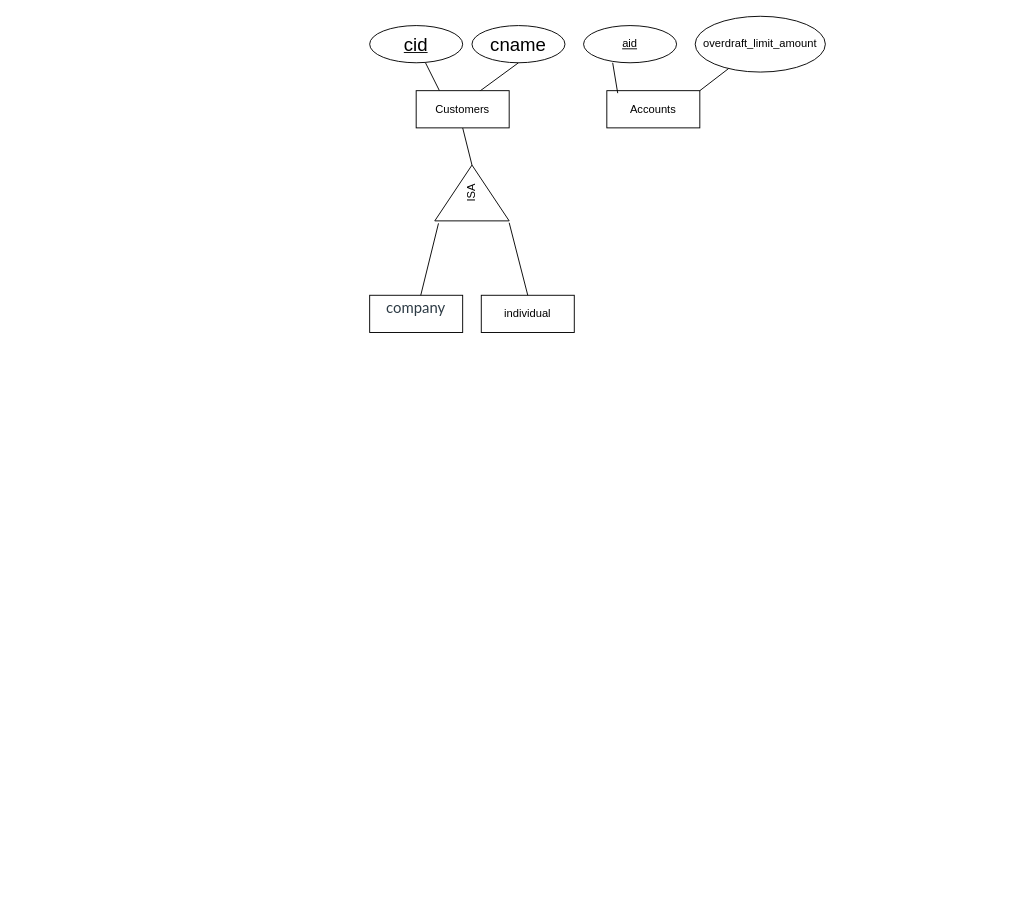
Above: 5003A1.drawio in loveormath/urban-eureka (draw.io), before the change. Source tidied: cells renumbered, new cells numbered last; positions are measured from the earlier drawing's top-left corner, leaving out a move shared by most shapes. Both pictures are drawn from the tidied source at 93%, with x=0, y=0 at pixel (369, 16).
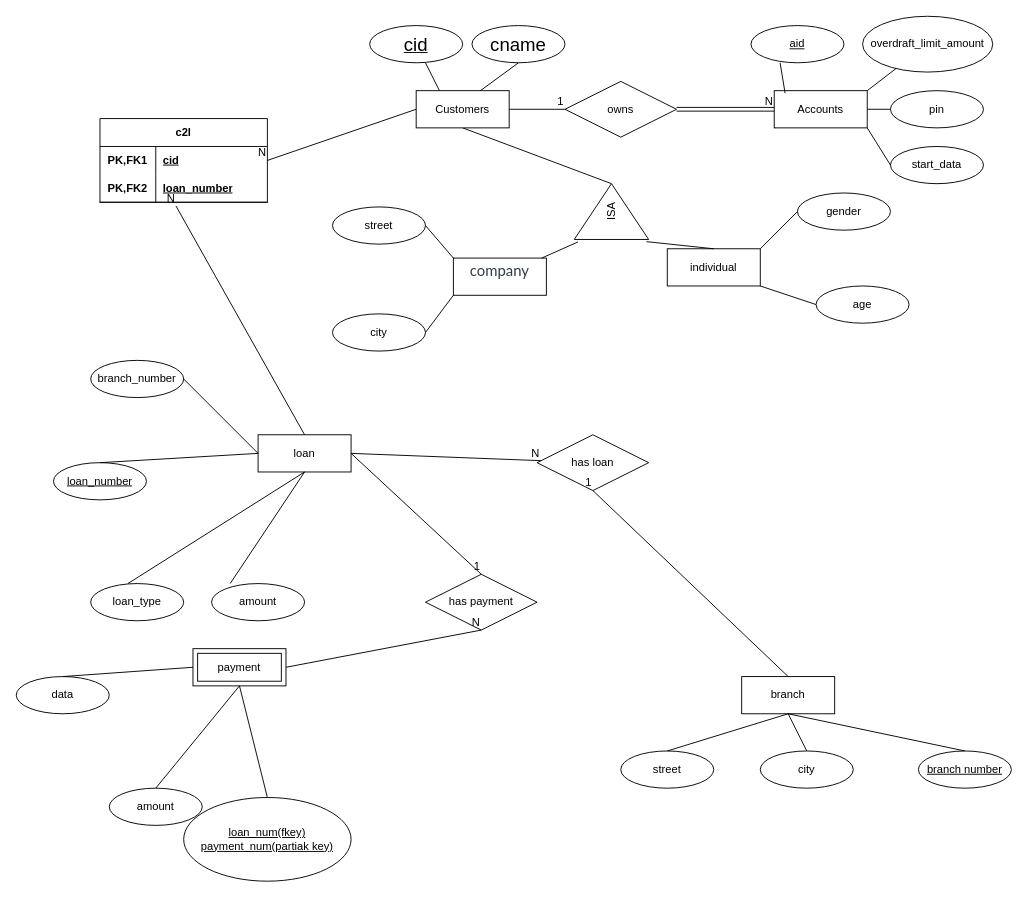
Above is the later version.

The change refers to these unchanged cells:
```xml
<mxCell id="13" value="Customers" style="whiteSpace=wrap;html=1;align=center;" parent="1" vertex="1">
  <mxGeometry x="50" y="80" width="100" height="40" as="geometry" />
</mxCell>
```

The edit, as a diff of the source:
```diff
@@
     <mxCell id="2" value="ISA" style="triangle;whiteSpace=wrap;html=1;rotation=-90;align=center;" parent="1" vertex="1">
-      <mxGeometry x="80" y="150" width="60" height="80" as="geometry" />
+      <mxGeometry x="230" y="170" width="60" height="80" as="geometry" />
     </mxCell>
@@
     <mxCell id="8" value="Accounts" style="whiteSpace=wrap;html=1;align=center;" parent="1" vertex="1">
-      <mxGeometry x="255" y="80" width="100" height="40" as="geometry" />
+      <mxGeometry x="435" y="80" width="100" height="40" as="geometry" />
     </mxCell>
     <mxCell id="9" value="aid" style="ellipse;whiteSpace=wrap;html=1;align=center;fontStyle=4;" parent="1" vertex="1">
-      <mxGeometry x="230" y="10" width="100" height="40" as="geometry" />
+      <mxGeometry x="410" y="10" width="100" height="40" as="geometry" />
     </mxCell>
     <mxCell id="10" value="overdraft_limit_amount" style="ellipse;whiteSpace=wrap;html=1;align=center;" parent="1" vertex="1">
-      <mxGeometry x="350" width="140" height="60" as="geometry" />
+      <mxGeometry x="530" width="140" height="60" as="geometry" />
     </mxCell>
@@
     <mxCell id="14" value="&#10;&lt;span style=&quot;color: rgb(45, 59, 69); font-family: &amp;quot;Lato Extended&amp;quot;, Lato, &amp;quot;Helvetica Neue&amp;quot;, Helvetica, Arial, sans-serif; font-size: 16px; font-style: normal; font-variant-ligatures: normal; font-variant-caps: normal; font-weight: 400; letter-spacing: normal; orphans: 2; text-align: left; text-indent: 0px; text-transform: none; widows: 2; word-spacing: 0px; -webkit-text-stroke-width: 0px; white-space: normal; background-color: rgb(255, 255, 255); text-decoration-thickness: initial; text-decoration-style: initial; text-decoration-color: initial; display: inline !important; float: none;&quot;&gt;company&lt;/span&gt;&#10;&#10;" style="whiteSpace=wrap;html=1;align=center;verticalAlign=middle;" parent="1" vertex="1">
-      <mxGeometry y="300" width="100" height="40" as="geometry" />
+      <mxGeometry x="90" y="260" width="100" height="40" as="geometry" />
     </mxCell>
     <mxCell id="15" value="individual" style="whiteSpace=wrap;html=1;align=center;" parent="1" vertex="1">
-      <mxGeometry x="120" y="300" width="100" height="40" as="geometry" />
+      <mxGeometry x="320" y="250" width="100" height="40" as="geometry" />
     </mxCell>
-    <mxCell id="16" style="endArrow=none;html=1;rounded=0;entryX=0.5;entryY=0;entryDx=0;entryDy=0;" parent="1" edge="1" target="15">
-      <mxGeometry relative="1" as="geometry">
-        <mxPoint x="150" y="222" as="sourcePoint" />
-      </mxGeometry>
+    <mxCell id="16" style="endArrow=none;html=1;rounded=0;entryX=0.5;entryY=0;entryDx=0;entryDy=0;exitX=-0.039;exitY=0.971;exitDx=0;exitDy=0;exitPerimeter=0;" parent="1" edge="1" source="2" target="15">
+      <mxGeometry relative="1" as="geometry" />
     </mxCell>
@@
+    <mxCell id="18" value="street" style="ellipse;whiteSpace=wrap;html=1;align=center;" parent="1" vertex="1">
+      <mxGeometry x="-40" y="205" width="100" height="40" as="geometry" />
+    </mxCell>
+    <mxCell id="19" value="city" style="ellipse;whiteSpace=wrap;html=1;align=center;" parent="1" vertex="1">
+      <mxGeometry x="-40" y="320" width="100" height="40" as="geometry" />
+    </mxCell>
+    <mxCell id="20" style="endArrow=none;html=1;rounded=0;exitX=1;exitY=0.5;exitDx=0;exitDy=0;entryX=0;entryY=0;entryDx=0;entryDy=0;" parent="1" edge="1" source="18" target="14">
+      <mxGeometry relative="1" as="geometry" />
+    </mxCell>
+    <mxCell id="21" style="endArrow=none;html=1;rounded=0;exitX=1;exitY=0.5;exitDx=0;exitDy=0;entryX=0;entryY=1;entryDx=0;entryDy=0;" parent="1" edge="1" source="19" target="14">
+      <mxGeometry relative="1" as="geometry" />
+    </mxCell>
+    <mxCell id="22" value="gender" style="ellipse;whiteSpace=wrap;html=1;align=center;" parent="1" vertex="1">
+      <mxGeometry x="460" y="190" width="100" height="40" as="geometry" />
+    </mxCell>
+    <mxCell id="23" value="age" style="ellipse;whiteSpace=wrap;html=1;align=center;" parent="1" vertex="1">
+      <mxGeometry x="480" y="290" width="100" height="40" as="geometry" />
+    </mxCell>
+    <mxCell id="24" style="endArrow=none;html=1;rounded=0;exitX=1;exitY=0;exitDx=0;exitDy=0;entryX=0;entryY=0.5;entryDx=0;entryDy=0;" parent="1" edge="1" source="15" target="22">
+      <mxGeometry relative="1" as="geometry" />
+    </mxCell>
+    <mxCell id="25" style="endArrow=none;html=1;rounded=0;entryX=0;entryY=0.5;entryDx=0;entryDy=0;exitX=1;exitY=1;exitDx=0;exitDy=0;" parent="1" edge="1" source="15" target="23">
+      <mxGeometry relative="1" as="geometry" />
+    </mxCell>
+    <mxCell id="26" value="owns" style="shape=rhombus;perimeter=rhombusPerimeter;whiteSpace=wrap;html=1;align=center;" parent="1" vertex="1">
+      <mxGeometry x="210" y="70" width="120" height="60" as="geometry" />
+    </mxCell>
+    <mxCell id="27" style="endArrow=none;html=1;rounded=0;exitX=1;exitY=0.5;exitDx=0;exitDy=0;entryX=0;entryY=0.5;entryDx=0;entryDy=0;" parent="1" edge="1" source="13" target="26">
+      <mxGeometry relative="1" as="geometry" />
+    </mxCell>
+    <mxCell id="28" value="1" style="html=1;whiteSpace=wrap;align=right;verticalAlign=bottom;" parent="27" vertex="1">
+      <mxGeometry x="1" relative="1" as="geometry" />
+    </mxCell>
+    <mxCell id="29" style="shape=link;html=1;rounded=0;exitX=1;exitY=0.5;exitDx=0;exitDy=0;entryX=0;entryY=0.5;entryDx=0;entryDy=0;" parent="1" edge="1" source="26" target="8">
+      <mxGeometry relative="1" as="geometry" />
+    </mxCell>
+    <mxCell id="30" value="N" style="html=1;whiteSpace=wrap;align=right;verticalAlign=bottom;" parent="29" vertex="1">
+      <mxGeometry x="1" relative="1" as="geometry" />
+    </mxCell>
+    <mxCell id="31" value="start_data" style="ellipse;whiteSpace=wrap;html=1;align=center;" parent="1" vertex="1">
+      <mxGeometry x="560" y="140" width="100" height="40" as="geometry" />
+    </mxCell>
+    <mxCell id="32" value="pin" style="ellipse;whiteSpace=wrap;html=1;align=center;" parent="1" vertex="1">
+      <mxGeometry x="560" y="80" width="100" height="40" as="geometry" />
+    </mxCell>
+    <mxCell id="33" style="endArrow=none;html=1;rounded=0;entryX=0;entryY=0.5;entryDx=0;entryDy=0;exitX=1;exitY=0.5;exitDx=0;exitDy=0;" parent="1" edge="1" source="8" target="32">
+      <mxGeometry relative="1" as="geometry" />
+    </mxCell>
+    <mxCell id="34" style="endArrow=none;html=1;rounded=0;entryX=0;entryY=0.5;entryDx=0;entryDy=0;exitX=1;exitY=1;exitDx=0;exitDy=0;" parent="1" edge="1" source="8" target="31">
+      <mxGeometry relative="1" as="geometry" />
+    </mxCell>
+    <mxCell id="35" value="loan" style="whiteSpace=wrap;html=1;align=center;" parent="1" vertex="1">
+      <mxGeometry x="-120" y="450" width="100" height="40" as="geometry" />
+    </mxCell>
+    <mxCell id="36" value="loan_type" style="ellipse;whiteSpace=wrap;html=1;align=center;" parent="1" vertex="1">
+      <mxGeometry x="-300" y="610" width="100" height="40" as="geometry" />
+    </mxCell>
+    <mxCell id="37" value="amount" style="ellipse;whiteSpace=wrap;html=1;align=center;" parent="1" vertex="1">
+      <mxGeometry x="-170" y="610" width="100" height="40" as="geometry" />
+    </mxCell>
+    <mxCell id="38" value="branch_number" style="ellipse;whiteSpace=wrap;html=1;align=center;" parent="1" vertex="1">
+      <mxGeometry x="-300" y="370" width="100" height="40" as="geometry" />
+    </mxCell>
+    <mxCell id="39" value="loan_number" style="ellipse;whiteSpace=wrap;html=1;align=center;fontStyle=4;" parent="1" vertex="1">
+      <mxGeometry x="-340" y="480" width="100" height="40" as="geometry" />
+    </mxCell>
+    <mxCell id="40" style="endArrow=none;html=1;rounded=0;exitX=1;exitY=0.5;exitDx=0;exitDy=0;entryX=0;entryY=0.5;entryDx=0;entryDy=0;" parent="1" edge="1" source="38" target="35">
+      <mxGeometry relative="1" as="geometry" />
+    </mxCell>
+    <mxCell id="41" style="endArrow=none;html=1;rounded=0;exitX=0.5;exitY=0;exitDx=0;exitDy=0;entryX=0;entryY=0.5;entryDx=0;entryDy=0;" parent="1" edge="1" source="39" target="35">
+      <mxGeometry relative="1" as="geometry" />
+    </mxCell>
+    <mxCell id="42" style="endArrow=none;html=1;rounded=0;exitX=0.4;exitY=0;exitDx=0;exitDy=0;exitPerimeter=0;entryX=0.5;entryY=1;entryDx=0;entryDy=0;" parent="1" edge="1" source="36" target="35">
+      <mxGeometry relative="1" as="geometry" />
+    </mxCell>
+    <mxCell id="43" style="endArrow=none;html=1;rounded=0;entryX=0.2;entryY=0;entryDx=0;entryDy=0;entryPerimeter=0;exitX=0.5;exitY=1;exitDx=0;exitDy=0;" parent="1" edge="1" source="35" target="37">
+      <mxGeometry relative="1" as="geometry" />
+    </mxCell>
+    <mxCell id="44" value="payment" style="shape=ext;margin=3;double=1;whiteSpace=wrap;html=1;align=center;" parent="1" vertex="1">
+      <mxGeometry x="-190" y="680" width="100" height="40" as="geometry" />
+    </mxCell>
+    <mxCell id="45" value="data" style="ellipse;whiteSpace=wrap;html=1;align=center;" parent="1" vertex="1">
+      <mxGeometry x="-380" y="710" width="100" height="40" as="geometry" />
+    </mxCell>
+    <mxCell id="46" value="amount" style="ellipse;whiteSpace=wrap;html=1;align=center;" parent="1" vertex="1">
+      <mxGeometry x="-280" y="830" width="100" height="40" as="geometry" />
+    </mxCell>
+    <mxCell id="47" value="loan_num(fkey)&lt;div&gt;payment_num(partiak key)&lt;/div&gt;" style="ellipse;whiteSpace=wrap;html=1;align=center;fontStyle=4;" parent="1" vertex="1">
+      <mxGeometry x="-200" y="840" width="180" height="90" as="geometry" />
+    </mxCell>
+    <mxCell id="48" style="endArrow=none;html=1;rounded=0;exitX=0;exitY=0.5;exitDx=0;exitDy=0;entryX=0.5;entryY=0;entryDx=0;entryDy=0;" parent="1" edge="1" source="44" target="45">
+      <mxGeometry relative="1" as="geometry" />
+    </mxCell>
+    <mxCell id="49" style="endArrow=none;html=1;rounded=0;exitX=0.5;exitY=1;exitDx=0;exitDy=0;entryX=0.5;entryY=0;entryDx=0;entryDy=0;" parent="1" edge="1" source="44" target="46">
+      <mxGeometry relative="1" as="geometry" />
+    </mxCell>
+    <mxCell id="50" style="endArrow=none;html=1;rounded=0;exitX=0.5;exitY=1;exitDx=0;exitDy=0;entryX=0.5;entryY=0;entryDx=0;entryDy=0;" parent="1" edge="1" source="44" target="47">
+      <mxGeometry relative="1" as="geometry" />
+    </mxCell>
+    <mxCell id="51" value="has payment" style="shape=rhombus;perimeter=rhombusPerimeter;whiteSpace=wrap;html=1;align=center;" parent="1" vertex="1">
+      <mxGeometry x="60" y="600" width="120" height="60" as="geometry" />
+    </mxCell>
+    <mxCell id="52" style="endArrow=none;html=1;rounded=0;exitX=1;exitY=0.5;exitDx=0;exitDy=0;entryX=0.5;entryY=0;entryDx=0;entryDy=0;" parent="1" edge="1" source="35" target="51">
+      <mxGeometry relative="1" as="geometry" />
+    </mxCell>
+    <mxCell id="53" value="1" style="html=1;whiteSpace=wrap;align=right;verticalAlign=bottom;" parent="52" vertex="1">
+      <mxGeometry x="1" relative="1" as="geometry" />
+    </mxCell>
+    <mxCell id="54" style="endArrow=none;html=1;rounded=0;exitX=1;exitY=0.5;exitDx=0;exitDy=0;entryX=0.5;entryY=1;entryDx=0;entryDy=0;" parent="1" edge="1" source="44" target="51">
+      <mxGeometry relative="1" as="geometry" />
+    </mxCell>
+    <mxCell id="55" value="N" style="html=1;whiteSpace=wrap;align=right;verticalAlign=bottom;" parent="54" vertex="1">
+      <mxGeometry x="1" relative="1" as="geometry" />
+    </mxCell>
+    <mxCell id="56" value="branch" style="whiteSpace=wrap;html=1;align=center;" parent="1" vertex="1">
+      <mxGeometry x="400" y="710" width="100" height="40" as="geometry" />
+    </mxCell>
+    <mxCell id="57" value="branch number" style="ellipse;whiteSpace=wrap;html=1;align=center;fontStyle=4;" parent="1" vertex="1">
+      <mxGeometry x="590" y="790" width="100" height="40" as="geometry" />
+    </mxCell>
+    <mxCell id="58" value="city" style="ellipse;whiteSpace=wrap;html=1;align=center;" parent="1" vertex="1">
+      <mxGeometry x="420" y="790" width="100" height="40" as="geometry" />
+    </mxCell>
+    <mxCell id="59" value="street" style="ellipse;whiteSpace=wrap;html=1;align=center;" parent="1" vertex="1">
+      <mxGeometry x="270" y="790" width="100" height="40" as="geometry" />
+    </mxCell>
+    <mxCell id="60" style="endArrow=none;html=1;rounded=0;exitX=0.5;exitY=0;exitDx=0;exitDy=0;entryX=0.5;entryY=1;entryDx=0;entryDy=0;" parent="1" edge="1" source="59" target="56">
+      <mxGeometry relative="1" as="geometry" />
+    </mxCell>
+    <mxCell id="61" style="endArrow=none;html=1;rounded=0;exitX=0.5;exitY=1;exitDx=0;exitDy=0;entryX=0.5;entryY=0;entryDx=0;entryDy=0;" parent="1" edge="1" source="56" target="58">
+      <mxGeometry relative="1" as="geometry" />
+    </mxCell>
+    <mxCell id="62" style="endArrow=none;html=1;rounded=0;exitX=0.5;exitY=1;exitDx=0;exitDy=0;entryX=0.5;entryY=0;entryDx=0;entryDy=0;" parent="1" edge="1" source="56" target="57">
+      <mxGeometry relative="1" as="geometry" />
+    </mxCell>
+    <mxCell id="63" value="c2l" style="shape=table;startSize=30;childLayout=tableLayout;rowLines=0;fontStyle=1;align=center;html=1;whiteSpace=wrap;" parent="1" vertex="1">
+      <mxGeometry x="-290" y="110" width="180" height="90" as="geometry" />
+    </mxCell>
+    <mxCell id="64" style="shape=tableRow;horizontal=0;startSize=0;swimlaneHead=0;swimlaneBody=0;fillColor=none;points=[[0,0.5],[1,0.5]];portConstraint=eastwest;top=0;left=0;right=0;bottom=0;html=1;" parent="63" vertex="1">
+      <mxGeometry y="30" width="180" height="30" as="geometry" />
+    </mxCell>
+    <mxCell id="65" value="PK,FK1" style="shape=partialRectangle;fillColor=none;top=0;left=0;bottom=0;right=0;fontStyle=1;overflow=hidden;html=1;whiteSpace=wrap;" parent="64" vertex="1">
+      <mxGeometry width="60" height="30" as="geometry" />
+    </mxCell>
+    <mxCell id="66" value="cid" style="shape=partialRectangle;fillColor=none;top=0;left=0;bottom=0;right=0;align=left;spacingLeft=6;fontStyle=5;overflow=hidden;html=1;whiteSpace=wrap;" parent="64" vertex="1">
+      <mxGeometry x="60" width="120" height="30" as="geometry" />
+    </mxCell>
+    <mxCell id="67" style="shape=tableRow;horizontal=0;startSize=0;swimlaneHead=0;swimlaneBody=0;fillColor=none;points=[[0,0.5],[1,0.5]];portConstraint=eastwest;top=0;left=0;right=0;bottom=1;html=1;" parent="63" vertex="1">
+      <mxGeometry y="60" width="180" height="30" as="geometry" />
+    </mxCell>
+    <mxCell id="68" value="PK,FK2" style="shape=partialRectangle;fillColor=none;top=0;left=0;bottom=0;right=0;fontStyle=1;overflow=hidden;html=1;whiteSpace=wrap;" parent="67" vertex="1">
+      <mxGeometry width="60" height="30" as="geometry" />
+    </mxCell>
+    <mxCell id="69" value="loan_number" style="shape=partialRectangle;fillColor=none;top=0;left=0;bottom=0;right=0;align=left;spacingLeft=6;fontStyle=5;overflow=hidden;html=1;whiteSpace=wrap;" parent="67" vertex="1">
+      <mxGeometry x="60" width="120" height="30" as="geometry" />
+    </mxCell>
+    <mxCell id="70" value="has loan" style="shape=rhombus;perimeter=rhombusPerimeter;whiteSpace=wrap;html=1;align=center;" parent="1" vertex="1">
+      <mxGeometry x="180" y="450" width="120" height="60" as="geometry" />
+    </mxCell>
+    <mxCell id="71" style="endArrow=none;html=1;rounded=0;entryX=0.5;entryY=1;entryDx=0;entryDy=0;exitX=0.5;exitY=0;exitDx=0;exitDy=0;" parent="1" edge="1" source="56" target="70">
+      <mxGeometry relative="1" as="geometry" />
+    </mxCell>
+    <mxCell id="72" value="1" style="html=1;whiteSpace=wrap;align=right;verticalAlign=bottom;" parent="71" vertex="1">
+      <mxGeometry x="1" relative="1" as="geometry" />
+    </mxCell>
+    <mxCell id="73" style="endArrow=none;html=1;rounded=0;exitX=1;exitY=0.5;exitDx=0;exitDy=0;" parent="1" edge="1" source="35" target="70">
+      <mxGeometry relative="1" as="geometry" />
+    </mxCell>
+    <mxCell id="74" value="N" style="html=1;whiteSpace=wrap;align=right;verticalAlign=bottom;" parent="73" vertex="1">
+      <mxGeometry x="1" relative="1" as="geometry" />
+    </mxCell>
+    <mxCell id="75" style="endArrow=none;html=1;rounded=0;exitX=0.5;exitY=0;exitDx=0;exitDy=0;entryX=0.454;entryY=1.133;entryDx=0;entryDy=0;entryPerimeter=0;" parent="1" edge="1" source="35" target="67">
+      <mxGeometry relative="1" as="geometry" />
+    </mxCell>
+    <mxCell id="76" value="N" style="html=1;whiteSpace=wrap;align=right;verticalAlign=bottom;" parent="75" vertex="1">
+      <mxGeometry x="1" relative="1" as="geometry" />
+    </mxCell>
+    <mxCell id="77" style="endArrow=none;html=1;rounded=0;entryX=1;entryY=0.5;entryDx=0;entryDy=0;exitX=0;exitY=0.5;exitDx=0;exitDy=0;" parent="1" edge="1" source="13" target="64">
+      <mxGeometry relative="1" as="geometry" />
+    </mxCell>
+    <mxCell id="78" value="N" style="html=1;whiteSpace=wrap;align=right;verticalAlign=bottom;" parent="77" vertex="1">
+      <mxGeometry x="1" relative="1" as="geometry" />
+    </mxCell>
```
